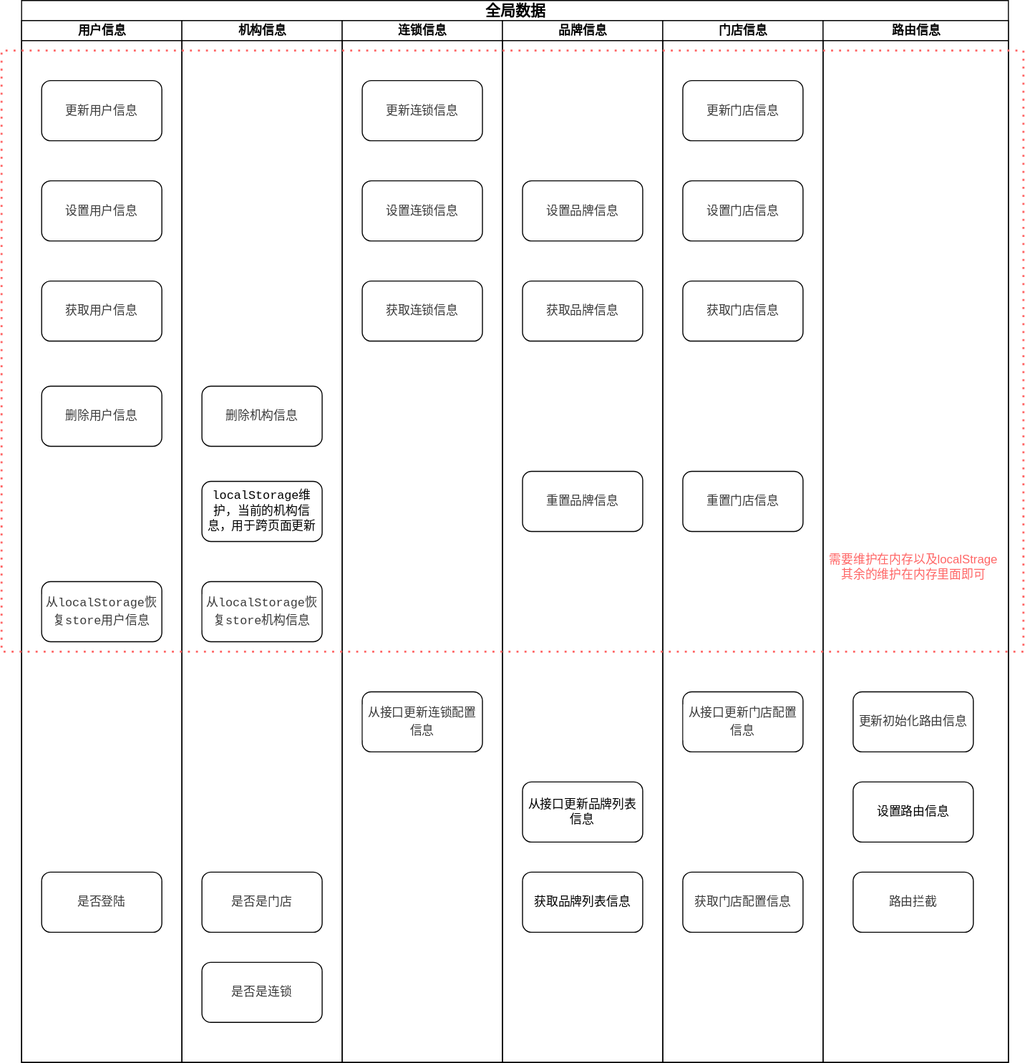
Before: vuepress_note/v3_global_shelf.drawio.svg, a diagram exported from draw.io (Mochen07/draw_io). Source tidied: cells renumbered, new cells last; positions are measured from the earlier drawing's top-left corner, leaving out a move shared by most shapes.
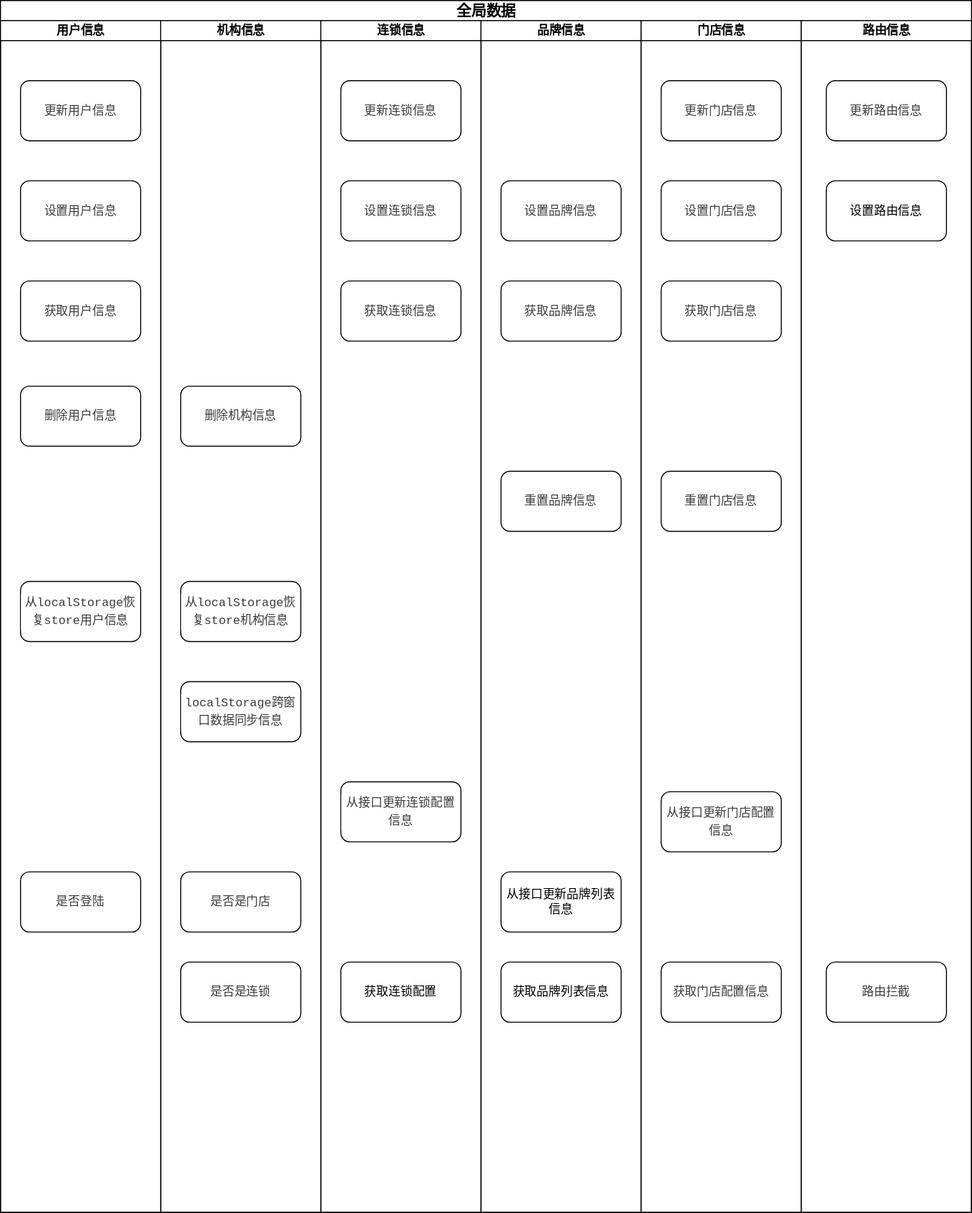
After the commit.

What changed in the source:
```diff
@@ -3,10 +3,10 @@
     <mxCell id="0" />
     <mxCell id="1" parent="0" />
     <mxCell id="2" value="&lt;font style=&quot;font-size: 15px;&quot;&gt;全局数据&lt;/font&gt;" style="swimlane;html=1;startSize=20;rounded=0;shadow=0;labelBackgroundColor=none;strokeWidth=1;fontFamily=Verdana;fontSize=8;align=center;arcSize=15;" parent="1" vertex="1">
-      <mxGeometry x="20" width="985" height="1060" as="geometry" />
+      <mxGeometry x="20" width="970" height="1210" as="geometry" />
     </mxCell>
     <mxCell id="3" value="用户信息" style="swimlane;html=1;startSize=20;arcSize=15;" parent="2" vertex="1">
-      <mxGeometry y="20" width="160" height="1040" as="geometry" />
+      <mxGeometry y="20" width="160" height="1190" as="geometry" />
     </mxCell>
     <mxCell id="4" value="&lt;div style=&quot;color: rgb(59, 59, 59); background-color: rgb(255, 255, 255); font-family: Menlo, Monaco, &amp;quot;Courier New&amp;quot;, monospace; line-height: 18px;&quot;&gt;更新用户信息&lt;/div&gt;" style="rounded=1;whiteSpace=wrap;html=1;arcSize=15;" parent="3" vertex="1">
       <mxGeometry x="20" y="60" width="120" height="60" as="geometry" />
@@ -24,7 +24,7 @@
       <mxGeometry x="20" y="850" width="120" height="60" as="geometry" />
     </mxCell>
     <mxCell id="9" value="机构信息" style="swimlane;html=1;startSize=20;arcSize=15;" parent="2" vertex="1">
-      <mxGeometry x="160" y="20" width="160" height="1040" as="geometry" />
+      <mxGeometry x="160" y="20" width="160" height="1190" as="geometry" />
     </mxCell>
     <mxCell id="10" value="&lt;div style=&quot;color: rgb(59, 59, 59); background-color: rgb(255, 255, 255); font-family: Menlo, Monaco, &amp;quot;Courier New&amp;quot;, monospace; line-height: 18px;&quot;&gt;删除机构信息&lt;/div&gt;" style="rounded=1;whiteSpace=wrap;html=1;arcSize=15;" parent="9" vertex="1">
       <mxGeometry x="20" y="365" width="120" height="60" as="geometry" />
@@ -35,11 +35,11 @@
     <mxCell id="12" value="&lt;div style=&quot;color: rgb(59, 59, 59); background-color: rgb(255, 255, 255); font-family: Menlo, Monaco, &amp;quot;Courier New&amp;quot;, monospace; line-height: 18px;&quot;&gt;是否是门店&lt;/div&gt;" style="rounded=1;whiteSpace=wrap;html=1;arcSize=15;" parent="9" vertex="1">
       <mxGeometry x="20" y="850" width="120" height="60" as="geometry" />
     </mxCell>
-    <mxCell id="13" value="&lt;font face=&quot;Menlo, Monaco, &amp;quot;Courier New&amp;quot;, monospace&quot;&gt;localStorage维护，当前的机构信息，用于跨页面更新&lt;/font&gt;" style="rounded=1;whiteSpace=wrap;html=1;" parent="9" vertex="1">
-      <mxGeometry x="20" y="460" width="120" height="60" as="geometry" />
+    <mxCell id="13" value="&lt;div style=&quot;color: rgb(59, 59, 59); background-color: rgb(255, 255, 255); font-family: Menlo, Monaco, &amp;quot;Courier New&amp;quot;, monospace; line-height: 18px;&quot;&gt;localStorage跨窗口数据同步信息&lt;/div&gt;" style="rounded=1;whiteSpace=wrap;html=1;" parent="9" vertex="1">
+      <mxGeometry x="20" y="660" width="120" height="60" as="geometry" />
     </mxCell>
     <mxCell id="14" value="连锁信息" style="swimlane;html=1;startSize=20;arcSize=15;" parent="2" vertex="1">
-      <mxGeometry x="320" y="20" width="160" height="1040" as="geometry" />
+      <mxGeometry x="320" y="20" width="160" height="1190" as="geometry" />
     </mxCell>
     <mxCell id="15" value="&lt;div style=&quot;color: rgb(59, 59, 59); background-color: rgb(255, 255, 255); font-family: Menlo, Monaco, &amp;quot;Courier New&amp;quot;, monospace; line-height: 18px;&quot;&gt;更新连锁信息&lt;/div&gt;" style="rounded=1;whiteSpace=wrap;html=1;arcSize=15;" parent="14" vertex="1">
       <mxGeometry x="20" y="60" width="120" height="60" as="geometry" />
@@ -51,10 +51,13 @@
       <mxGeometry x="20" y="260" width="120" height="60" as="geometry" />
     </mxCell>
     <mxCell id="18" value="&lt;div style=&quot;color: rgb(59, 59, 59); background-color: rgb(255, 255, 255); font-family: Menlo, Monaco, &amp;quot;Courier New&amp;quot;, monospace; line-height: 18px;&quot;&gt;从接口更新连锁配置信息&lt;/div&gt;" style="rounded=1;whiteSpace=wrap;html=1;arcSize=15;" parent="14" vertex="1">
-      <mxGeometry x="20" y="670" width="120" height="60" as="geometry" />
+      <mxGeometry x="20" y="760" width="120" height="60" as="geometry" />
     </mxCell>
+    <mxCell id="40" value="获取连锁配置" style="rounded=1;whiteSpace=wrap;html=1;arcSize=15;" parent="14" vertex="1">
+      <mxGeometry x="20" y="940" width="120" height="60" as="geometry" />
+    </mxCell>
     <mxCell id="19" value="品牌信息" style="swimlane;html=1;startSize=20;arcSize=15;" parent="2" vertex="1">
-      <mxGeometry x="480" y="20" width="160" height="1040" as="geometry" />
+      <mxGeometry x="480" y="20" width="160" height="1190" as="geometry" />
     </mxCell>
     <mxCell id="20" value="&lt;div style=&quot;color: rgb(59, 59, 59); background-color: rgb(255, 255, 255); font-family: Menlo, Monaco, &amp;quot;Courier New&amp;quot;, monospace; line-height: 18px;&quot;&gt;设置品牌信息&lt;/div&gt;" style="rounded=1;whiteSpace=wrap;html=1;arcSize=15;" parent="19" vertex="1">
       <mxGeometry x="20" y="160" width="120" height="60" as="geometry" />
@@ -63,13 +66,13 @@
       <mxGeometry x="20" y="260" width="120" height="60" as="geometry" />
     </mxCell>
     <mxCell id="22" value="从接口更新品牌列表信息" style="rounded=1;whiteSpace=wrap;html=1;arcSize=15;" parent="19" vertex="1">
-      <mxGeometry x="20" y="760" width="120" height="60" as="geometry" />
+      <mxGeometry x="20" y="850" width="120" height="60" as="geometry" />
     </mxCell>
     <mxCell id="23" value="获取品牌列表信息" style="rounded=1;whiteSpace=wrap;html=1;arcSize=15;" parent="19" vertex="1">
-      <mxGeometry x="20" y="850" width="120" height="60" as="geometry" />
+      <mxGeometry x="20" y="940" width="120" height="60" as="geometry" />
     </mxCell>
     <mxCell id="24" value="门店信息" style="swimlane;html=1;startSize=20;arcSize=15;" parent="2" vertex="1">
-      <mxGeometry x="640" y="20" width="160" height="1040" as="geometry" />
+      <mxGeometry x="640" y="20" width="160" height="1190" as="geometry" />
     </mxCell>
     <mxCell id="25" value="&lt;div style=&quot;color: rgb(59, 59, 59); background-color: rgb(255, 255, 255); font-family: Menlo, Monaco, &amp;quot;Courier New&amp;quot;, monospace; line-height: 18px;&quot;&gt;更新门店信息&lt;/div&gt;" style="rounded=1;whiteSpace=wrap;html=1;arcSize=15;" parent="24" vertex="1">
       <mxGeometry x="20" y="60" width="120" height="60" as="geometry" />
@@ -87,10 +90,10 @@
       <mxGeometry x="-460" y="560" width="120" height="60" as="geometry" />
     </mxCell>
     <mxCell id="30" value="&lt;div style=&quot;color: rgb(59, 59, 59); background-color: rgb(255, 255, 255); font-family: Menlo, Monaco, &amp;quot;Courier New&amp;quot;, monospace; line-height: 18px;&quot;&gt;从接口更新门店配置信息&lt;/div&gt;" style="rounded=1;whiteSpace=wrap;html=1;arcSize=15;" parent="24" vertex="1">
-      <mxGeometry x="20" y="670" width="120" height="60" as="geometry" />
+      <mxGeometry x="20" y="770" width="120" height="60" as="geometry" />
     </mxCell>
     <mxCell id="31" value="&lt;div style=&quot;color: rgb(59, 59, 59); background-color: rgb(255, 255, 255); font-family: Menlo, Monaco, &amp;quot;Courier New&amp;quot;, monospace; line-height: 18px;&quot;&gt;获取门店配置信息&lt;/div&gt;" style="rounded=1;whiteSpace=wrap;html=1;arcSize=15;" parent="24" vertex="1">
-      <mxGeometry x="20" y="850" width="120" height="60" as="geometry" />
+      <mxGeometry x="20" y="940" width="120" height="60" as="geometry" />
     </mxCell>
     <mxCell id="32" value="&lt;div style=&quot;color: rgb(59, 59, 59); background-color: rgb(255, 255, 255); font-family: Menlo, Monaco, &amp;quot;Courier New&amp;quot;, monospace; line-height: 18px;&quot;&gt;重置品牌信息&lt;/div&gt;" style="rounded=1;whiteSpace=wrap;html=1;arcSize=15;" parent="24" vertex="1">
       <mxGeometry x="-140" y="450" width="120" height="60" as="geometry" />
@@ -99,30 +102,16 @@
       <mxGeometry x="20" y="450" width="120" height="60" as="geometry" />
     </mxCell>
     <mxCell id="34" value="路由信息" style="swimlane;html=1;startSize=20;arcSize=15;" parent="2" vertex="1">
-      <mxGeometry x="800" y="20" width="185" height="1040" as="geometry" />
+      <mxGeometry x="800" y="20" width="170" height="1190" as="geometry" />
     </mxCell>
-    <mxCell id="35" value="&lt;div style=&quot;color: rgb(59, 59, 59); background-color: rgb(255, 255, 255); font-family: Menlo, Monaco, &amp;quot;Courier New&amp;quot;, monospace; line-height: 18px;&quot;&gt;更新初始化路由信息&lt;/div&gt;" style="rounded=1;whiteSpace=wrap;html=1;arcSize=15;" parent="34" vertex="1">
-      <mxGeometry x="30" y="670" width="120" height="60" as="geometry" />
+    <mxCell id="35" value="&lt;div style=&quot;color: rgb(59, 59, 59); background-color: rgb(255, 255, 255); font-family: Menlo, Monaco, &amp;quot;Courier New&amp;quot;, monospace; line-height: 18px;&quot;&gt;更新路由信息&lt;/div&gt;" style="rounded=1;whiteSpace=wrap;html=1;arcSize=15;" parent="34" vertex="1">
+      <mxGeometry x="25" y="60" width="120" height="60" as="geometry" />
     </mxCell>
     <mxCell id="36" value="&lt;div style=&quot;color: rgb(59, 59, 59); background-color: rgb(255, 255, 255); font-family: Menlo, Monaco, &amp;quot;Courier New&amp;quot;, monospace; line-height: 18px;&quot;&gt;路由拦截&lt;/div&gt;" style="rounded=1;whiteSpace=wrap;html=1;arcSize=15;" parent="34" vertex="1">
-      <mxGeometry x="30" y="850" width="120" height="60" as="geometry" />
+      <mxGeometry x="25" y="940" width="120" height="60" as="geometry" />
     </mxCell>
     <mxCell id="37" value="设置路由信息" style="rounded=1;whiteSpace=wrap;html=1;arcSize=15;" parent="34" vertex="1">
-      <mxGeometry x="30" y="760" width="120" height="60" as="geometry" />
+      <mxGeometry x="25" y="160" width="120" height="60" as="geometry" />
     </mxCell>
-    <mxCell id="38" value="&lt;font color=&quot;#ff6666&quot;&gt;需要维护在内存以及localStrage&lt;br&gt;其余的维护在内存里面即可&lt;br&gt;&lt;/font&gt;" style="text;html=1;align=center;verticalAlign=middle;strokeColor=none;fillColor=none;" parent="34" vertex="1">
-      <mxGeometry x="-5" y="525" width="190" height="40" as="geometry" />
-    </mxCell>
-    <mxCell id="39" style="endArrow=none;dashed=1;html=1;dashPattern=1 3;strokeWidth=2;rounded=0;strokeColor=#FF6666;" parent="1" edge="1">
-      <mxGeometry relative="1" as="geometry">
-        <mxPoint x="1020" y="50" as="sourcePoint" />
-        <mxPoint x="1020" y="50" as="targetPoint" />
-        <Array as="points">
-          <mxPoint x="1020" y="650" />
-          <mxPoint y="650" />
-          <mxPoint y="50" />
-        </Array>
-      </mxGeometry>
-    </mxCell>
   </root>
 </mxGraphModel>
```
